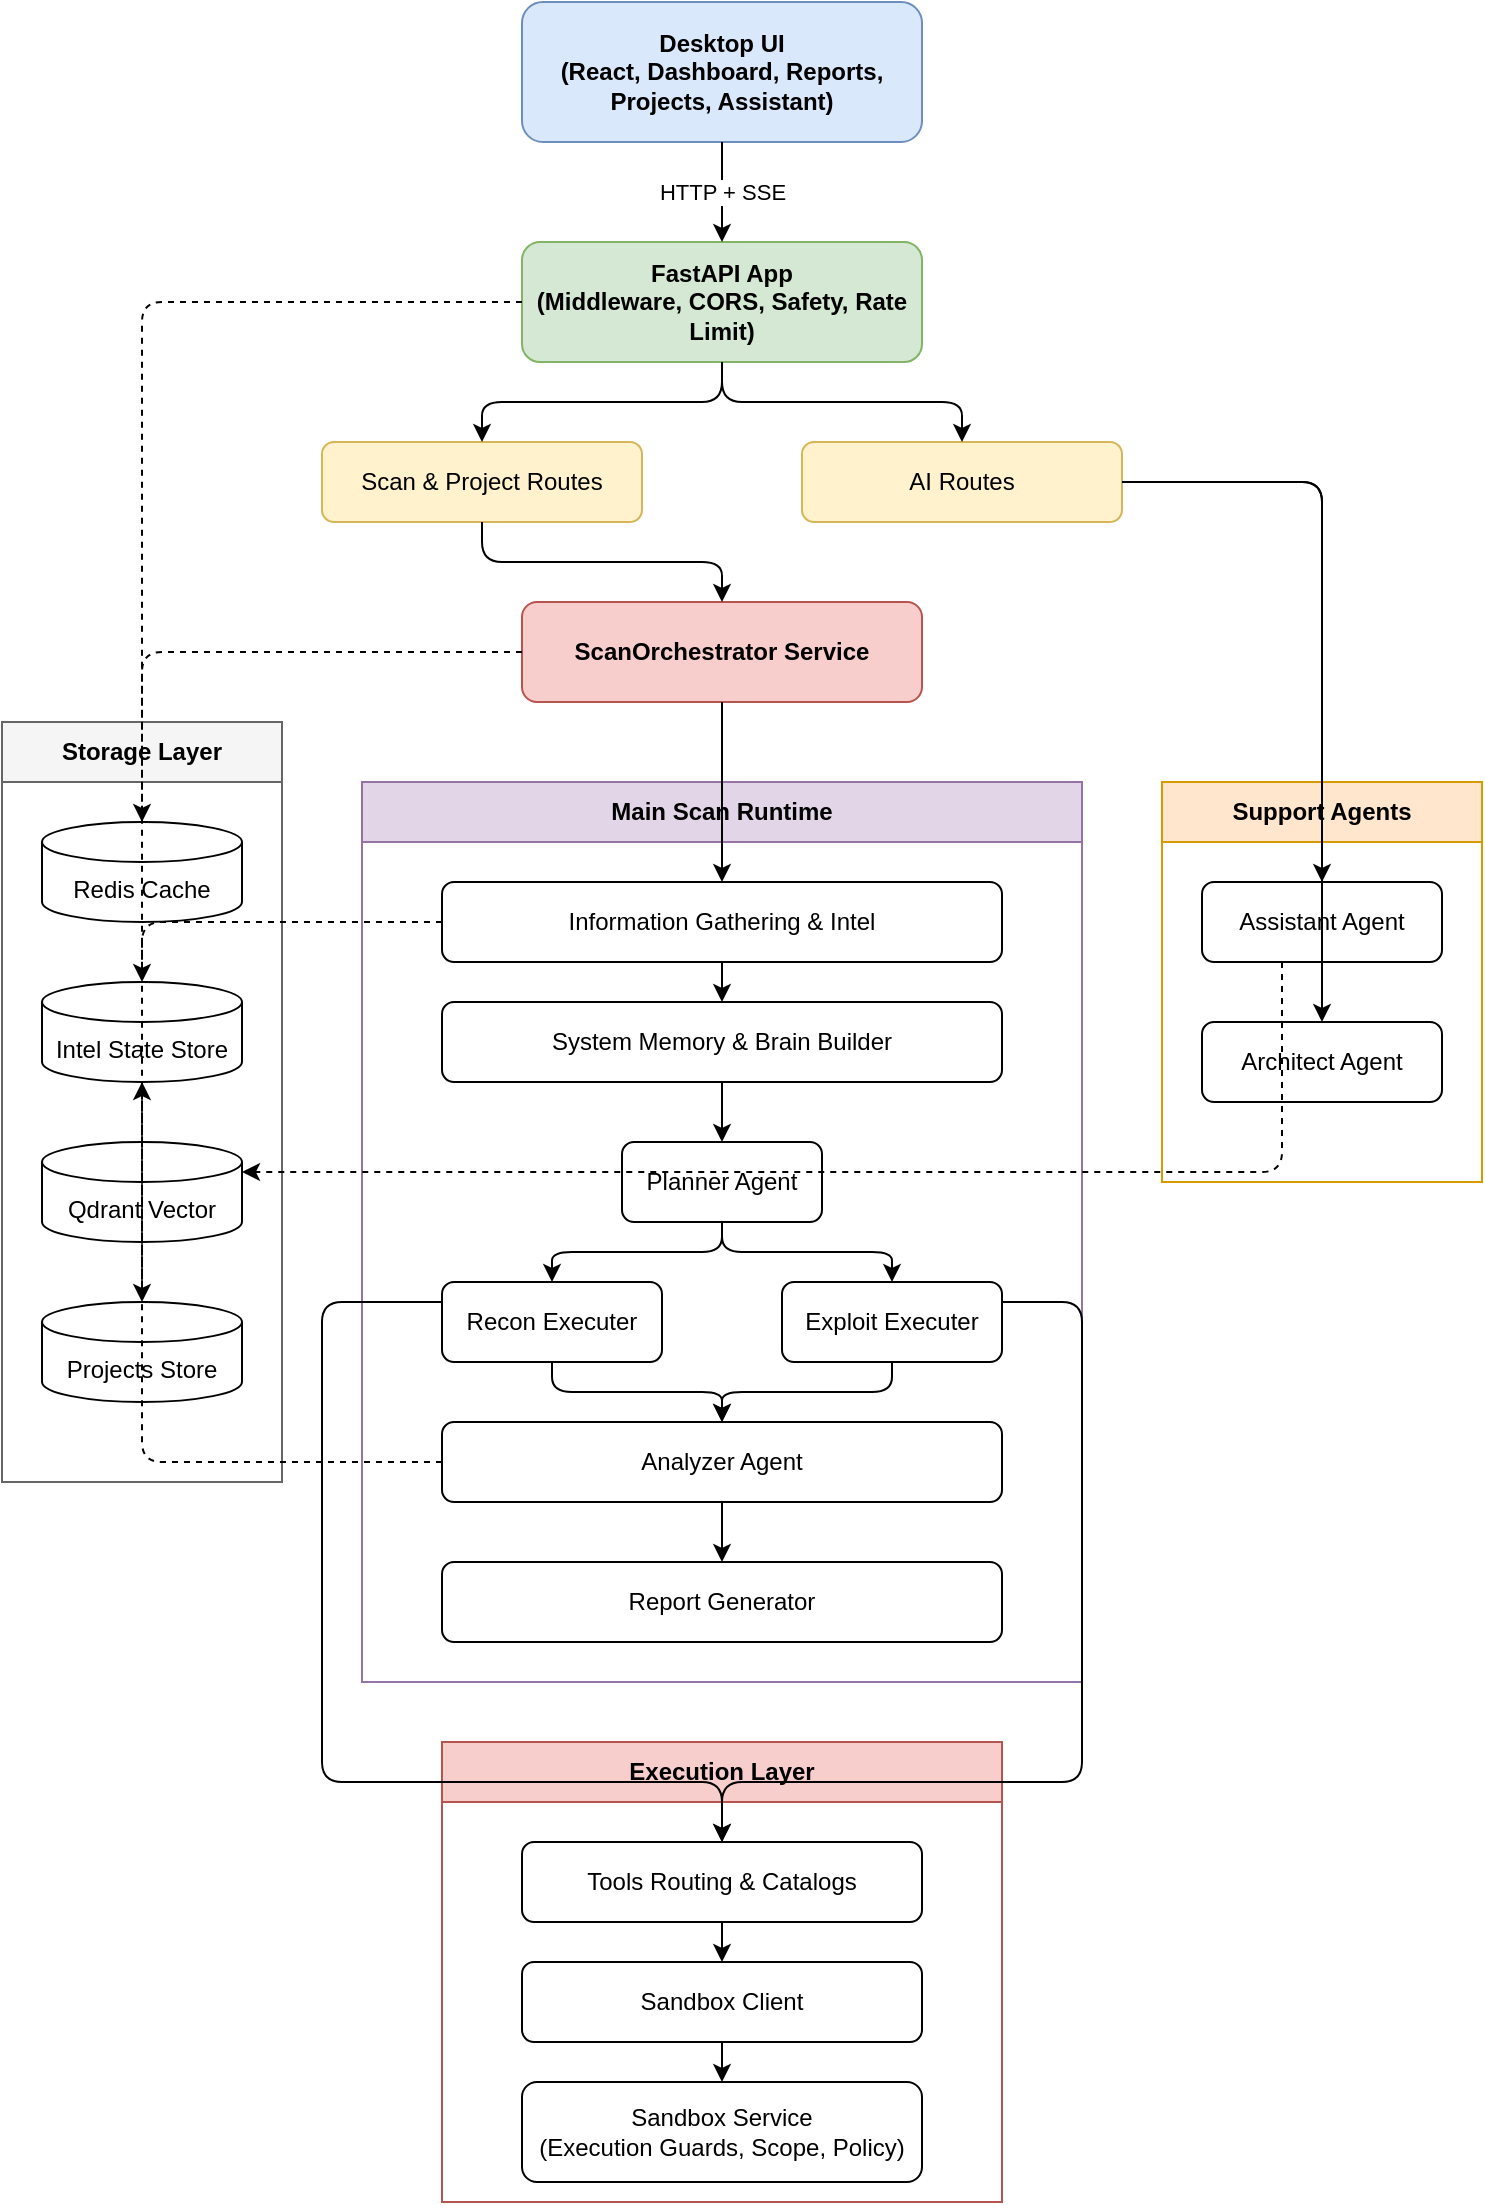
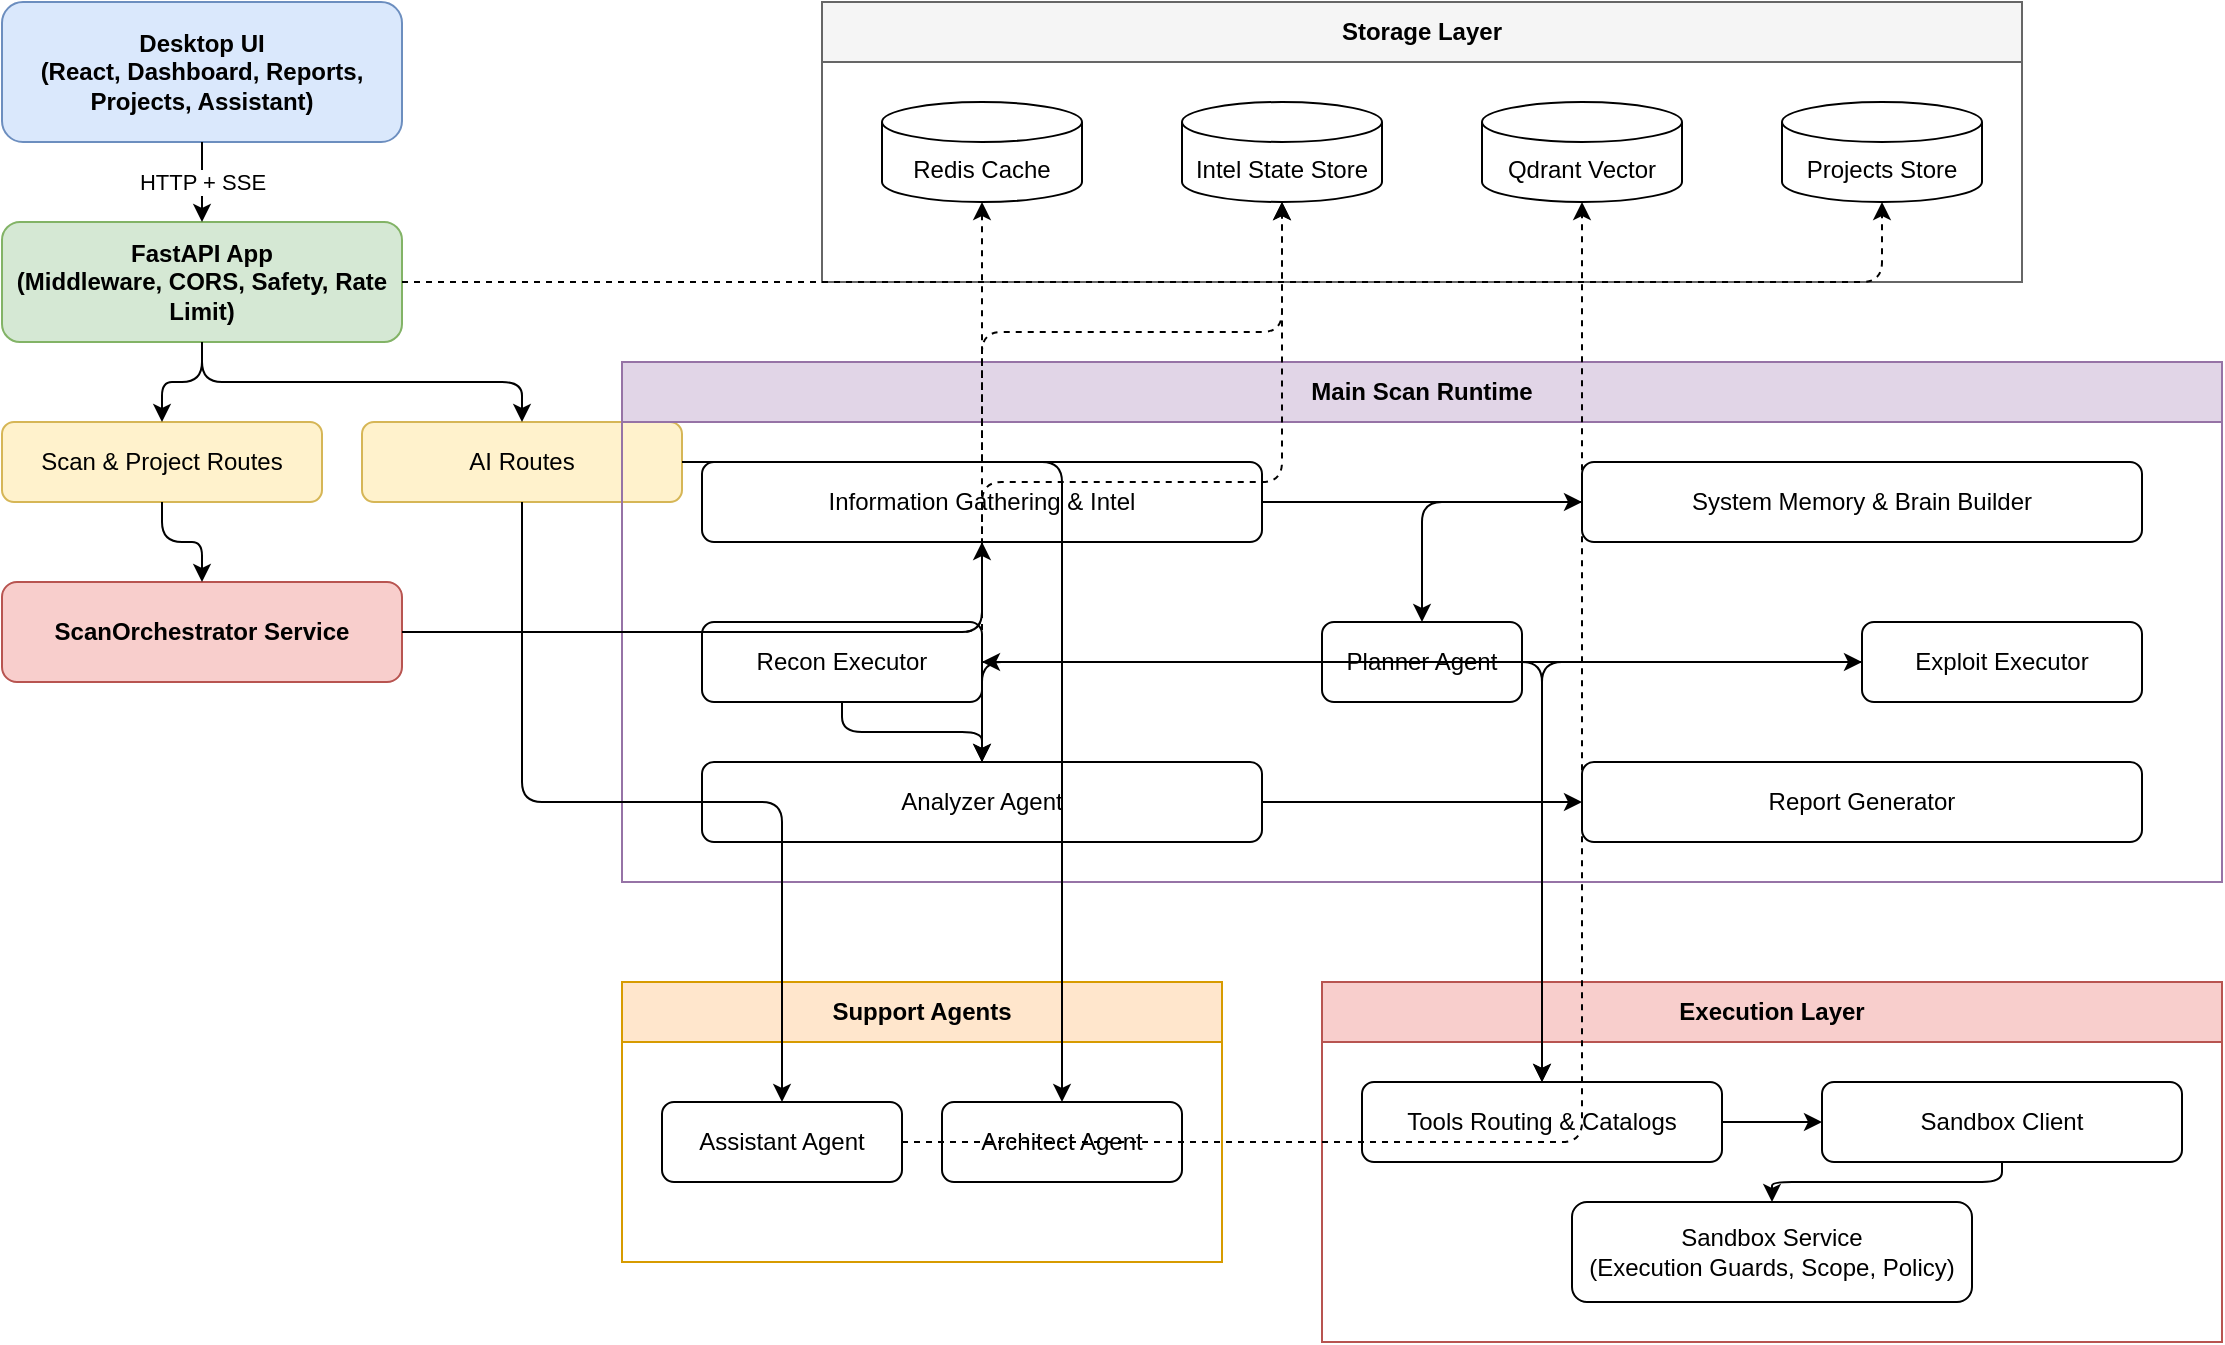
+ <?xml version='1.0' encoding='utf-8'?>
<mxfile host="Electron" modified="2026-06-07T13:00:00.000Z" agent="Mozilla/5.0" type="device">
  <diagram id="logical_architecture" name="Logical Architecture">
    <mxGraphModel dx="1200" dy="800" grid="1" gridSize="10" guides="1" tooltips="1" connect="1" arrows="1" fold="1" page="1" pageScale="1" pageWidth="827" pageHeight="1169" math="0" shadow="0">
      <root>
        <mxCell id="0" />
        <mxCell id="1" parent="0" />

-         <!-- User / UI -->
+ 
        <mxCell id="user_ui" value="Desktop UI&#10;(React, Dashboard, Reports, Projects, Assistant)" style="rounded=1;whiteSpace=wrap;html=1;fillColor=#dae8fc;strokeColor=#6c8ebf;fontStyle=1" vertex="1" parent="1">
-           <mxGeometry x="300" y="40" width="200" height="70" as="geometry" />
+           <mxGeometry x="40" y="40" width="200" height="70" as="geometry" />
        </mxCell>

-         <!-- API Gateway -->
+ 
        <mxCell id="api_gateway" value="FastAPI App&#10;(Middleware, CORS, Safety, Rate Limit)" style="rounded=1;whiteSpace=wrap;html=1;fillColor=#d5e8d4;strokeColor=#82b366;fontStyle=1" vertex="1" parent="1">
-           <mxGeometry x="300" y="160" width="200" height="60" as="geometry" />
+           <mxGeometry x="40" y="150" width="200" height="60" as="geometry" />
        </mxCell>

-         <!-- Routes -->
+ 
        <mxCell id="routes_scan" value="Scan &amp; Project Routes" style="rounded=1;whiteSpace=wrap;html=1;fillColor=#fff2cc;strokeColor=#d6b656;" vertex="1" parent="1">
-           <mxGeometry x="200" y="260" width="160" height="40" as="geometry" />
+           <mxGeometry x="40" y="250" width="160" height="40" as="geometry" />
        </mxCell>
        <mxCell id="routes_ai" value="AI Routes" style="rounded=1;whiteSpace=wrap;html=1;fillColor=#fff2cc;strokeColor=#d6b656;" vertex="1" parent="1">
-           <mxGeometry x="440" y="260" width="160" height="40" as="geometry" />
+           <mxGeometry x="220" y="250" width="160" height="40" as="geometry" />
        </mxCell>

-         <!-- Orchestrator -->
+ 
        <mxCell id="orchestrator" value="ScanOrchestrator Service" style="rounded=1;whiteSpace=wrap;html=1;fillColor=#f8cecc;strokeColor=#b85450;fontStyle=1" vertex="1" parent="1">
-           <mxGeometry x="300" y="340" width="200" height="50" as="geometry" />
+           <mxGeometry x="40" y="330" width="200" height="50" as="geometry" />
        </mxCell>

-         <!-- Storage Layer (Left Swimlane) -->
+ 
        <mxCell id="storage_layer" value="Storage Layer" style="swimlane;whiteSpace=wrap;html=1;startSize=30;fillColor=#f5f5f5;strokeColor=#666666;fontStyle=1" vertex="1" parent="1">
-           <mxGeometry x="40" y="400" width="140" height="380" as="geometry" />
+           <mxGeometry x="450" y="40" width="600" height="140" as="geometry" />
        </mxCell>
        <mxCell id="store_redis" value="Redis Cache" style="shape=cylinder3;whiteSpace=wrap;html=1;boundedLbl=1;backgroundOutline=1;size=10;fillColor=#fff;" vertex="1" parent="storage_layer">
-           <mxGeometry x="20" y="50" width="100" height="50" as="geometry" />
+           <mxGeometry x="30" y="50" width="100" height="50" as="geometry" />
        </mxCell>
        <mxCell id="store_intel" value="Intel State Store" style="shape=cylinder3;whiteSpace=wrap;html=1;boundedLbl=1;backgroundOutline=1;size=10;fillColor=#fff;" vertex="1" parent="storage_layer">
-           <mxGeometry x="20" y="130" width="100" height="50" as="geometry" />
+           <mxGeometry x="180" y="50" width="100" height="50" as="geometry" />
        </mxCell>
        <mxCell id="store_qdrant" value="Qdrant Vector" style="shape=cylinder3;whiteSpace=wrap;html=1;boundedLbl=1;backgroundOutline=1;size=10;fillColor=#fff;" vertex="1" parent="storage_layer">
-           <mxGeometry x="20" y="210" width="100" height="50" as="geometry" />
+           <mxGeometry x="330" y="50" width="100" height="50" as="geometry" />
        </mxCell>
        <mxCell id="store_projects" value="Projects Store" style="shape=cylinder3;whiteSpace=wrap;html=1;boundedLbl=1;backgroundOutline=1;size=10;fillColor=#fff;" vertex="1" parent="storage_layer">
-           <mxGeometry x="20" y="290" width="100" height="50" as="geometry" />
+           <mxGeometry x="480" y="50" width="100" height="50" as="geometry" />
        </mxCell>

-         <!-- Main Scan Runtime (Center Swimlane) -->
+ 
        <mxCell id="runtime_layer" value="Main Scan Runtime" style="swimlane;whiteSpace=wrap;html=1;startSize=30;fillColor=#e1d5e7;strokeColor=#9673a6;fontStyle=1" vertex="1" parent="1">
-           <mxGeometry x="220" y="430" width="360" height="450" as="geometry" />
+           <mxGeometry x="350" y="220" width="800" height="260" as="geometry" />
        </mxCell>
        <mxCell id="node_gather" value="Information Gathering &amp; Intel" style="rounded=1;whiteSpace=wrap;html=1;fillColor=#fff;" vertex="1" parent="runtime_layer">
          <mxGeometry x="40" y="50" width="280" height="40" as="geometry" />
        </mxCell>
        <mxCell id="node_memory" value="System Memory &amp; Brain Builder" style="rounded=1;whiteSpace=wrap;html=1;fillColor=#fff;" vertex="1" parent="runtime_layer">
-           <mxGeometry x="40" y="110" width="280" height="40" as="geometry" />
+           <mxGeometry x="480" y="50" width="280" height="40" as="geometry" />
        </mxCell>
        <mxCell id="agent_planner" value="Planner Agent" style="rounded=1;whiteSpace=wrap;html=1;fillColor=#fff;" vertex="1" parent="runtime_layer">
-           <mxGeometry x="130" y="180" width="100" height="40" as="geometry" />
+           <mxGeometry x="350" y="130" width="100" height="40" as="geometry" />
        </mxCell>
-         <mxCell id="agent_recon" value="Recon Executer" style="rounded=1;whiteSpace=wrap;html=1;fillColor=#fff;" vertex="1" parent="runtime_layer">
-           <mxGeometry x="40" y="250" width="110" height="40" as="geometry" />
+         <mxCell id="agent_recon" value="Recon Executor" style="rounded=1;whiteSpace=wrap;html=1;fillColor=#fff;" vertex="1" parent="runtime_layer">
+           <mxGeometry x="40" y="130" width="140" height="40" as="geometry" />
        </mxCell>
-         <mxCell id="agent_exploit" value="Exploit Executer" style="rounded=1;whiteSpace=wrap;html=1;fillColor=#fff;" vertex="1" parent="runtime_layer">
-           <mxGeometry x="210" y="250" width="110" height="40" as="geometry" />
+         <mxCell id="agent_exploit" value="Exploit Executor" style="rounded=1;whiteSpace=wrap;html=1;fillColor=#fff;" vertex="1" parent="runtime_layer">
+           <mxGeometry x="620" y="130" width="140" height="40" as="geometry" />
        </mxCell>
        <mxCell id="agent_analyzer" value="Analyzer Agent" style="rounded=1;whiteSpace=wrap;html=1;fillColor=#fff;" vertex="1" parent="runtime_layer">
-           <mxGeometry x="40" y="320" width="280" height="40" as="geometry" />
+           <mxGeometry x="40" y="200" width="280" height="40" as="geometry" />
        </mxCell>
        <mxCell id="node_report" value="Report Generator" style="rounded=1;whiteSpace=wrap;html=1;fillColor=#fff;" vertex="1" parent="runtime_layer">
-           <mxGeometry x="40" y="390" width="280" height="40" as="geometry" />
+           <mxGeometry x="480" y="200" width="280" height="40" as="geometry" />
        </mxCell>

-         <!-- Support Agents (Right Swimlane) -->
+ 
        <mxCell id="support_layer" value="Support Agents" style="swimlane;whiteSpace=wrap;html=1;startSize=30;fillColor=#ffe6cc;strokeColor=#d79b00;fontStyle=1" vertex="1" parent="1">
-           <mxGeometry x="620" y="430" width="160" height="200" as="geometry" />
+           <mxGeometry x="350" y="530" width="300" height="140" as="geometry" />
        </mxCell>
        <mxCell id="agent_assistant" value="Assistant Agent" style="rounded=1;whiteSpace=wrap;html=1;fillColor=#fff;" vertex="1" parent="support_layer">
-           <mxGeometry x="20" y="50" width="120" height="40" as="geometry" />
+           <mxGeometry x="20" y="60" width="120" height="40" as="geometry" />
        </mxCell>
        <mxCell id="agent_architect" value="Architect Agent" style="rounded=1;whiteSpace=wrap;html=1;fillColor=#fff;" vertex="1" parent="support_layer">
-           <mxGeometry x="20" y="120" width="120" height="40" as="geometry" />
+           <mxGeometry x="160" y="60" width="120" height="40" as="geometry" />
        </mxCell>

-         <!-- Execution Layer (Bottom Swimlane) -->
+ 
        <mxCell id="exec_layer" value="Execution Layer" style="swimlane;whiteSpace=wrap;html=1;startSize=30;fillColor=#f8cecc;strokeColor=#b85450;fontStyle=1" vertex="1" parent="1">
-           <mxGeometry x="260" y="910" width="280" height="230" as="geometry" />
+           <mxGeometry x="700" y="530" width="450" height="180" as="geometry" />
        </mxCell>
        <mxCell id="exec_router" value="Tools Routing &amp; Catalogs" style="rounded=1;whiteSpace=wrap;html=1;fillColor=#fff;" vertex="1" parent="exec_layer">
-           <mxGeometry x="40" y="50" width="200" height="40" as="geometry" />
+           <mxGeometry x="20" y="50" width="180" height="40" as="geometry" />
        </mxCell>
        <mxCell id="exec_client" value="Sandbox Client" style="rounded=1;whiteSpace=wrap;html=1;fillColor=#fff;" vertex="1" parent="exec_layer">
-           <mxGeometry x="40" y="110" width="200" height="40" as="geometry" />
+           <mxGeometry x="250" y="50" width="180" height="40" as="geometry" />
        </mxCell>
        <mxCell id="exec_service" value="Sandbox Service&#10;(Execution Guards, Scope, Policy)" style="rounded=1;whiteSpace=wrap;html=1;fillColor=#fff;" vertex="1" parent="exec_layer">
-           <mxGeometry x="40" y="170" width="200" height="50" as="geometry" />
+           <mxGeometry x="125" y="110" width="200" height="50" as="geometry" />
        </mxCell>

-         <!-- Edges -->
-         <!-- User to Gateway -->
+ 
+ 
        <mxCell id="e_user_api" style="edgeStyle=orthogonalEdgeStyle;html=1;endArrow=classic;" edge="1" parent="1" source="user_ui" target="api_gateway">
          <mxGeometry relative="1" as="geometry" />
        </mxCell>
        <mxCell id="lbl_user_api" value="HTTP + SSE" style="edgeLabel;html=1;align=center;verticalAlign=middle;resizable=0;points=[];" vertex="1" connectable="0" parent="e_user_api">
          <mxGeometry x="0" y="0" relative="1" as="geometry"><mxPoint as="offset" /></mxGeometry>
        </mxCell>

-         <!-- Gateway to Routes -->
+ 
        <mxCell id="e_api_rscan" style="edgeStyle=orthogonalEdgeStyle;html=1;endArrow=classic;" edge="1" parent="1" source="api_gateway" target="routes_scan">
          <mxGeometry relative="1" as="geometry" />
        </mxCell>
        <mxCell id="e_api_rai" style="edgeStyle=orthogonalEdgeStyle;html=1;endArrow=classic;" edge="1" parent="1" source="api_gateway" target="routes_ai">
          <mxGeometry relative="1" as="geometry" />
        </mxCell>

-         <!-- Routes to Core -->
+ 
        <mxCell id="e_rscan_orch" style="edgeStyle=orthogonalEdgeStyle;html=1;endArrow=classic;" edge="1" parent="1" source="routes_scan" target="orchestrator">
          <mxGeometry relative="1" as="geometry" />
        </mxCell>
        <mxCell id="e_rai_assist" style="edgeStyle=orthogonalEdgeStyle;html=1;endArrow=classic;" edge="1" parent="1" source="routes_ai" target="agent_assistant">
          <mxGeometry relative="1" as="geometry" />
        </mxCell>
        <mxCell id="e_rai_arch" style="edgeStyle=orthogonalEdgeStyle;html=1;endArrow=classic;" edge="1" parent="1" source="routes_ai" target="agent_architect">
          <mxGeometry relative="1" as="geometry" />
        </mxCell>

-         <!-- Orchestrator to Runtime -->
+ 
        <mxCell id="e_orch_gather" style="edgeStyle=orthogonalEdgeStyle;html=1;endArrow=classic;" edge="1" parent="1" source="orchestrator" target="node_gather">
          <mxGeometry relative="1" as="geometry" />
        </mxCell>

-         <!-- Runtime Flow -->
+ 
        <mxCell id="e_gather_mem" style="edgeStyle=orthogonalEdgeStyle;html=1;endArrow=classic;" edge="1" parent="runtime_layer" source="node_gather" target="node_memory">
          <mxGeometry relative="1" as="geometry" />
        </mxCell>
        <mxCell id="e_mem_plan" style="edgeStyle=orthogonalEdgeStyle;html=1;endArrow=classic;" edge="1" parent="runtime_layer" source="node_memory" target="agent_planner">
          <mxGeometry relative="1" as="geometry" />
        </mxCell>
        <mxCell id="e_plan_recon" style="edgeStyle=orthogonalEdgeStyle;html=1;endArrow=classic;" edge="1" parent="runtime_layer" source="agent_planner" target="agent_recon">
          <mxGeometry relative="1" as="geometry" />
        </mxCell>
        <mxCell id="e_plan_exp" style="edgeStyle=orthogonalEdgeStyle;html=1;endArrow=classic;" edge="1" parent="runtime_layer" source="agent_planner" target="agent_exploit">
          <mxGeometry relative="1" as="geometry" />
        </mxCell>
        <mxCell id="e_recon_ana" style="edgeStyle=orthogonalEdgeStyle;html=1;endArrow=classic;" edge="1" parent="runtime_layer" source="agent_recon" target="agent_analyzer">
          <mxGeometry relative="1" as="geometry" />
        </mxCell>
        <mxCell id="e_exp_ana" style="edgeStyle=orthogonalEdgeStyle;html=1;endArrow=classic;" edge="1" parent="runtime_layer" source="agent_exploit" target="agent_analyzer">
          <mxGeometry relative="1" as="geometry" />
        </mxCell>
        <mxCell id="e_ana_rep" style="edgeStyle=orthogonalEdgeStyle;html=1;endArrow=classic;" edge="1" parent="runtime_layer" source="agent_analyzer" target="node_report">
          <mxGeometry relative="1" as="geometry" />
        </mxCell>

-         <!-- Executers to Execution Layer -->
+ 
        <mxCell id="e_recon_exec" style="edgeStyle=orthogonalEdgeStyle;html=1;endArrow=classic;" edge="1" parent="1" source="agent_recon" target="exec_router">
          <mxGeometry relative="1" as="geometry">
-             <Array as="points"><mxPoint x="200" y="690"/><mxPoint x="200" y="930"/></Array>
-           </mxGeometry>
+             </mxGeometry>
        </mxCell>
        <mxCell id="e_exp_exec" style="edgeStyle=orthogonalEdgeStyle;html=1;endArrow=classic;" edge="1" parent="1" source="agent_exploit" target="exec_router">
          <mxGeometry relative="1" as="geometry">
-              <Array as="points"><mxPoint x="580" y="690"/><mxPoint x="580" y="930"/></Array>
-           </mxGeometry>
+              </mxGeometry>
        </mxCell>
        <mxCell id="e_router_client" style="edgeStyle=orthogonalEdgeStyle;html=1;endArrow=classic;" edge="1" parent="exec_layer" source="exec_router" target="exec_client">
          <mxGeometry relative="1" as="geometry" />
        </mxCell>
        <mxCell id="e_client_svc" style="edgeStyle=orthogonalEdgeStyle;html=1;endArrow=classic;" edge="1" parent="exec_layer" source="exec_client" target="exec_service">
          <mxGeometry relative="1" as="geometry" />
        </mxCell>

-         <!-- Storage Links -->
+ 
        <mxCell id="e_orch_redis" style="edgeStyle=orthogonalEdgeStyle;html=1;endArrow=classic;dashed=1;" edge="1" parent="1" source="orchestrator" target="store_redis">
          <mxGeometry relative="1" as="geometry" />
        </mxCell>
        <mxCell id="e_gather_intel" style="edgeStyle=orthogonalEdgeStyle;html=1;endArrow=classic;dashed=1;" edge="1" parent="1" source="node_gather" target="store_intel">
          <mxGeometry relative="1" as="geometry" />
        </mxCell>
        <mxCell id="e_ana_intel" style="edgeStyle=orthogonalEdgeStyle;html=1;endArrow=classic;dashed=1;" edge="1" parent="1" source="agent_analyzer" target="store_intel">
          <mxGeometry relative="1" as="geometry" />
        </mxCell>
        <mxCell id="e_assist_qdrant" style="edgeStyle=orthogonalEdgeStyle;html=1;endArrow=classic;dashed=1;" edge="1" parent="1" source="agent_assistant" target="store_qdrant">
          <mxGeometry relative="1" as="geometry">
-             <Array as="points"><mxPoint x="680" y="625"/></Array>
-           </mxGeometry>
+             </mxGeometry>
        </mxCell>
        <mxCell id="e_api_proj" style="edgeStyle=orthogonalEdgeStyle;html=1;endArrow=classic;dashed=1;" edge="1" parent="1" source="api_gateway" target="store_projects">
          <mxGeometry relative="1" as="geometry">
-             <Array as="points"><mxPoint x="110" y="190"/></Array>
-           </mxGeometry>
+             </mxGeometry>
        </mxCell>

      </root>
    </mxGraphModel>
  </diagram>
- </mxfile>
+ </mxfile>